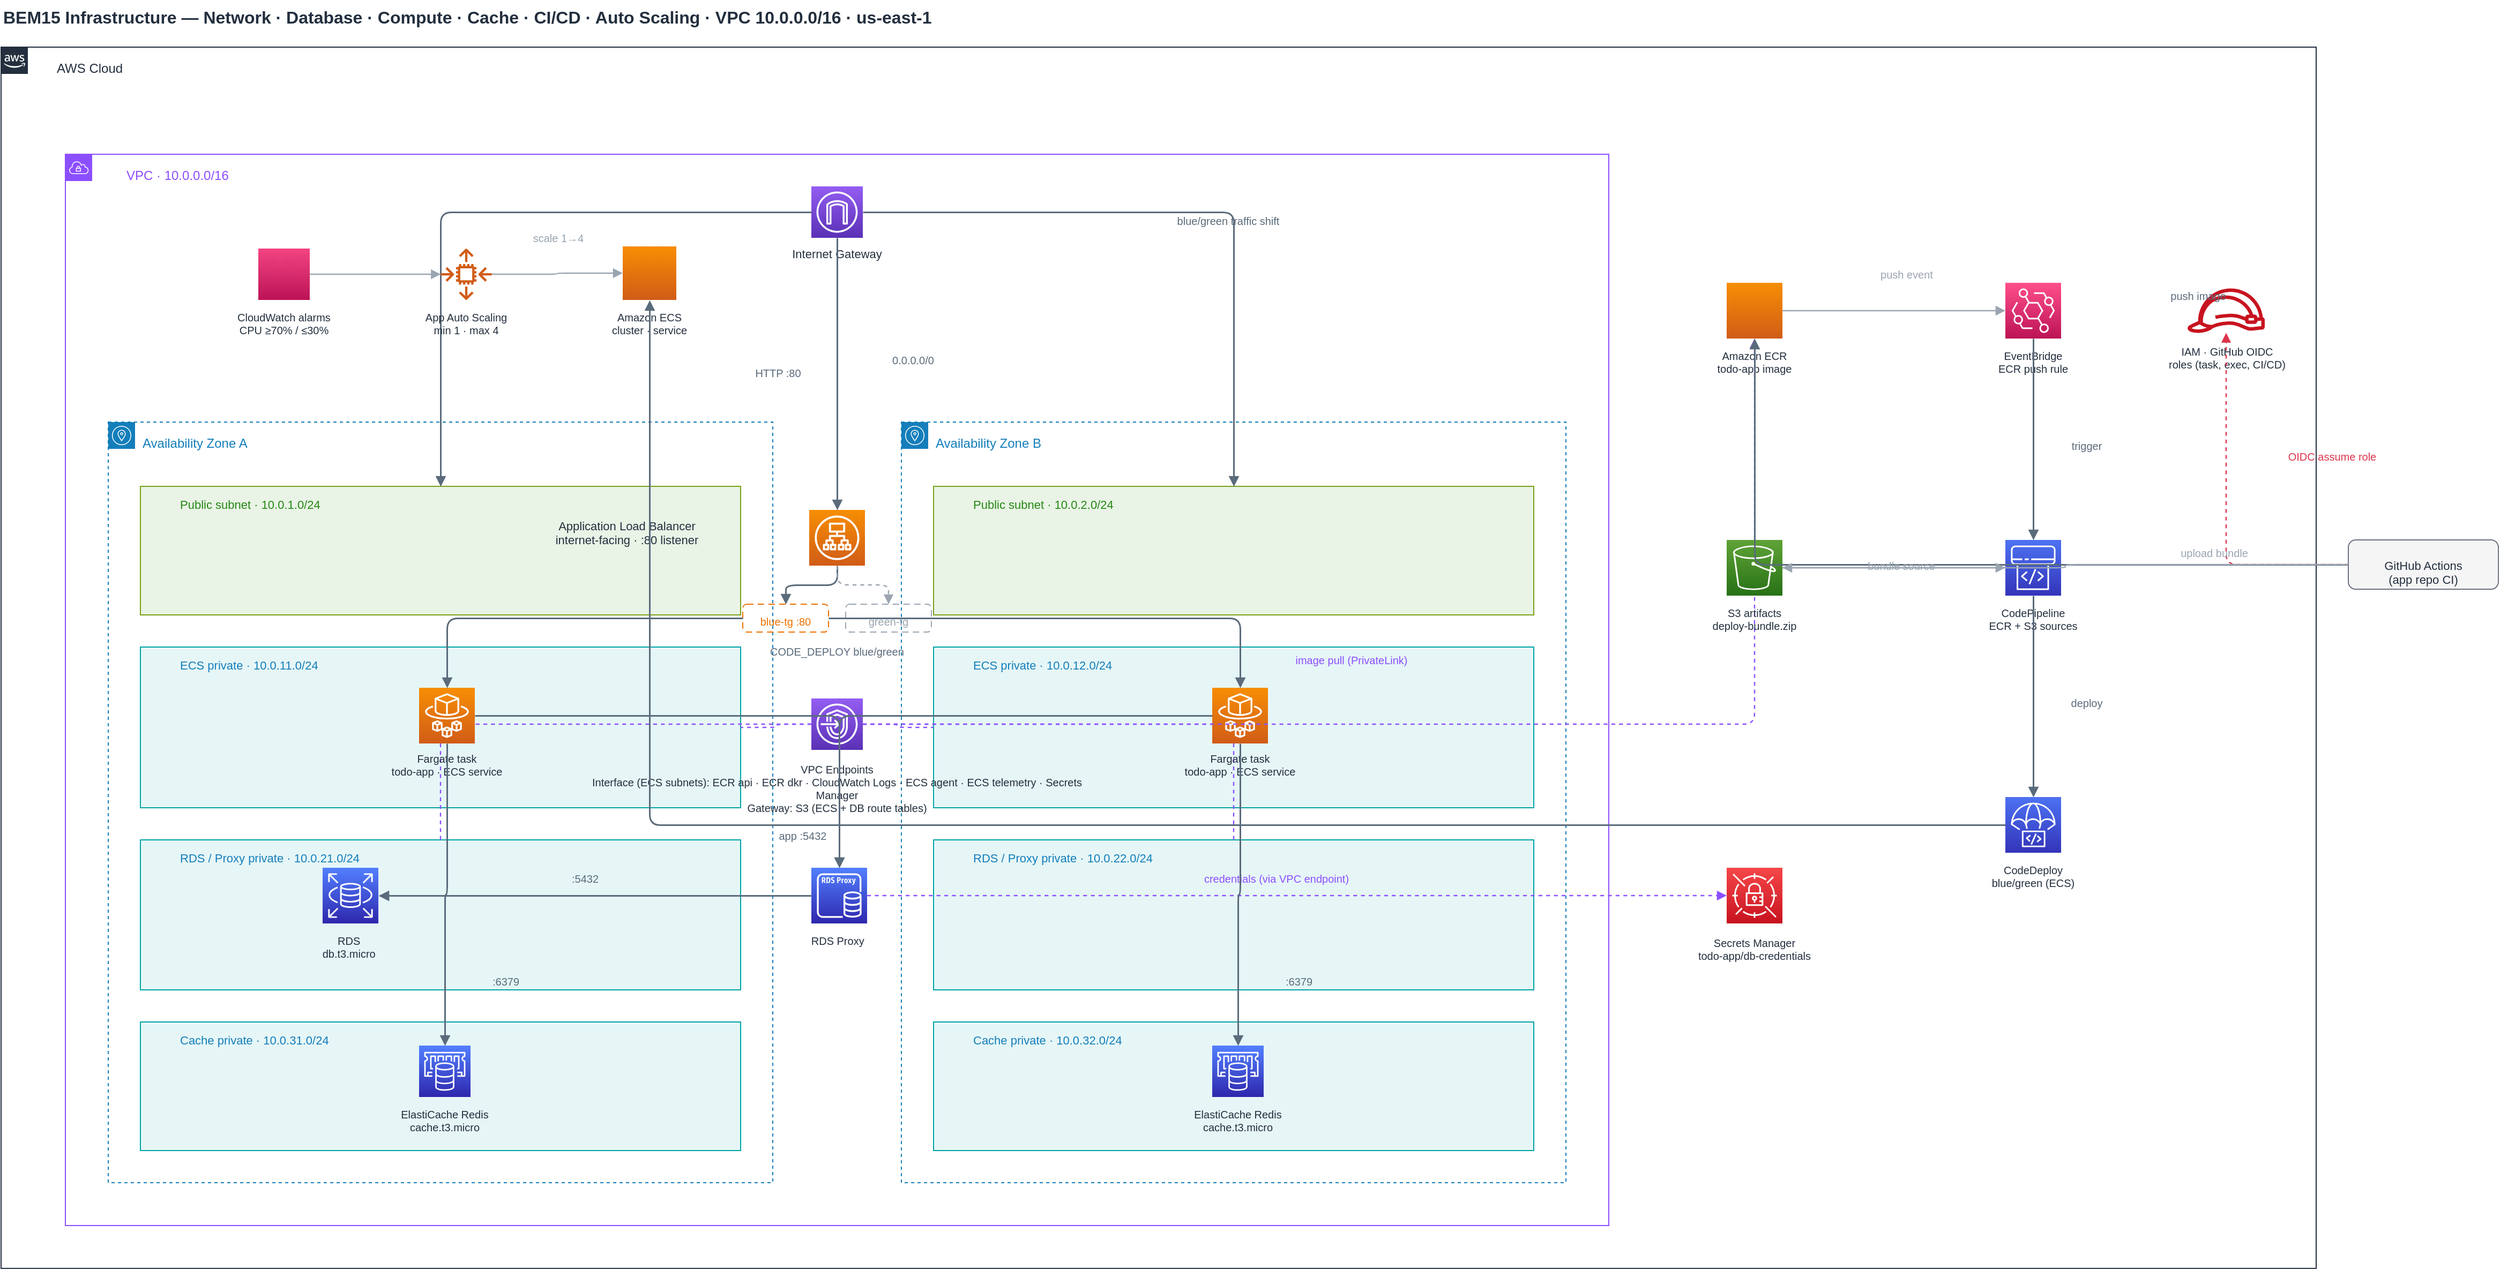
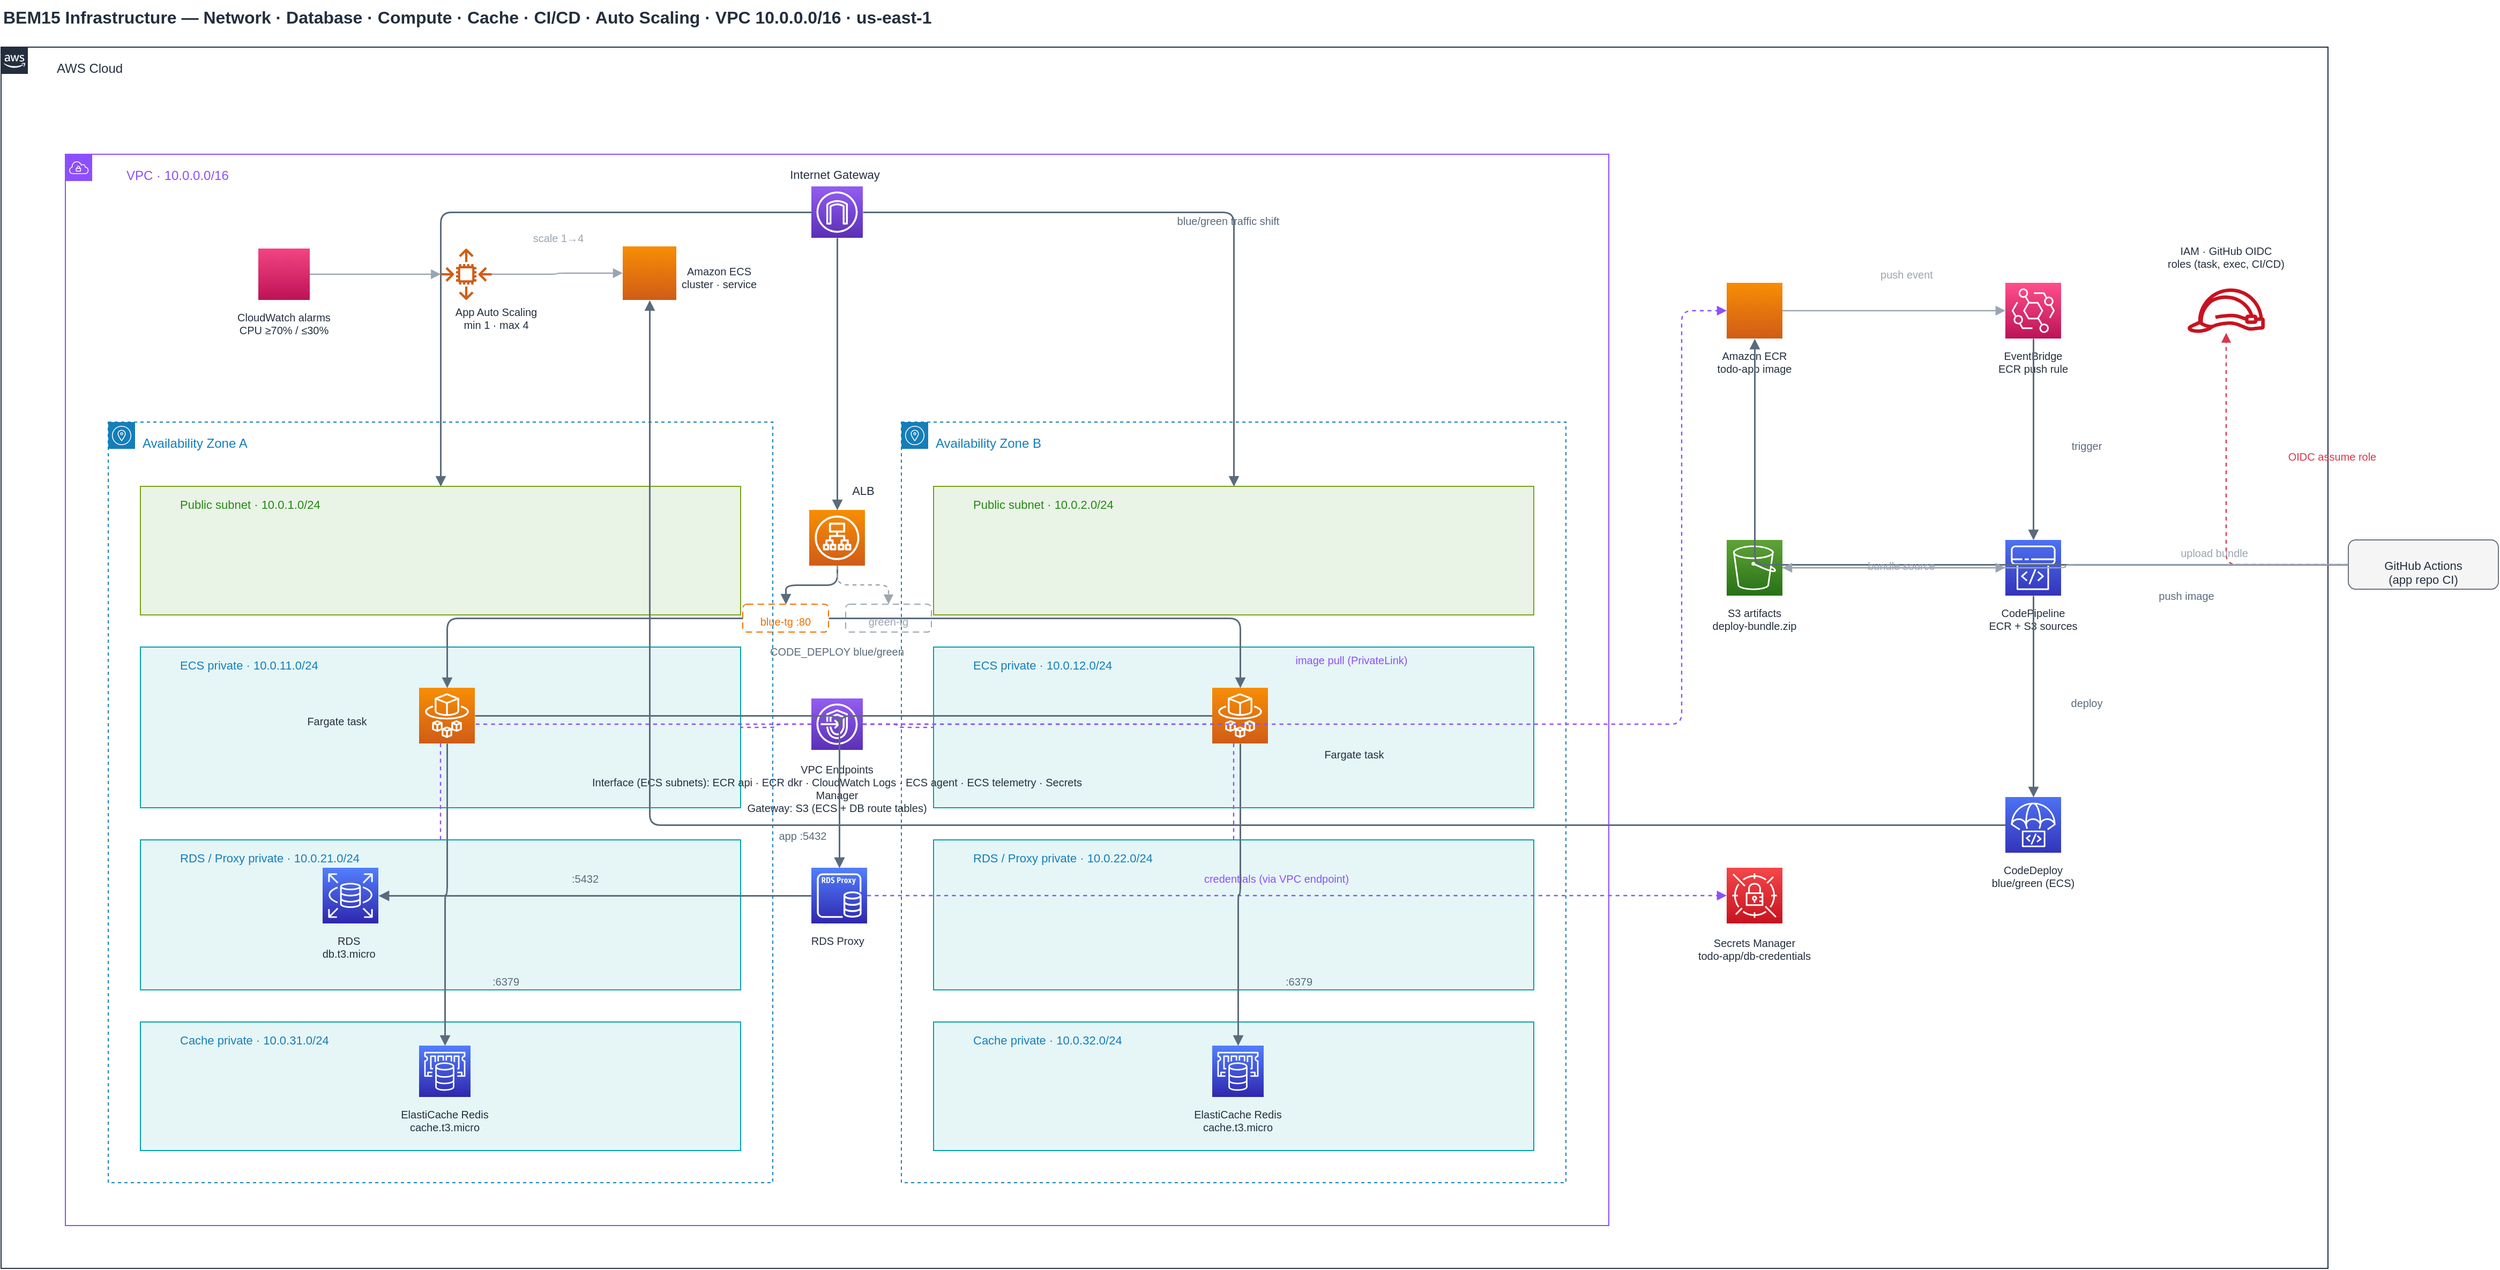
<mxfile host="app.diagrams.net">
  <diagram id="bem15-network" name="BEM15 Architecture">
-     <mxGraphModel dx="499" dy="339" grid="0" gridSize="10" guides="1" tooltips="1" connect="1" arrows="1" fold="1" page="1" pageScale="1" pageWidth="2520" pageHeight="1420" math="0" shadow="0">
+     <mxGraphModel dx="1097" dy="745" grid="0" gridSize="10" guides="1" tooltips="1" connect="1" arrows="1" fold="1" page="1" pageScale="1" pageWidth="2520" pageHeight="1420" math="0" shadow="0">
      <root>
        <mxCell id="0" />
        <mxCell id="1" parent="0" />
        <mxCell id="awscloud" parent="1" style="sketch=0;outlineConnect=0;gradientColor=none;html=1;whiteSpace=wrap;fontSize=12;container=1;pointerEvents=0;collapsible=0;recursiveResize=0;shape=mxgraph.aws4.group;verticalAlign=top;align=left;spacingLeft=30;grIcon=mxgraph.aws4.group_aws_cloud_alt;strokeColor=#232F3E;fillColor=none;fontColor=#232F3E;dashed=0;" value="" vertex="1">
-           <mxGeometry height="1140" width="2160" x="120" y="80" as="geometry" />
+           <mxGeometry height="1140" width="2171" x="120" y="80" as="geometry" />
+         </mxCell>
+         <mxCell id="t_iam" parent="awscloud" style="text;html=1;strokeColor=none;fillColor=none;align=center;whiteSpace=wrap;fontSize=10;fontColor=#232F3E;" value="IAM · GitHub OIDC&#xa;roles (task, exec, CI/CD)" vertex="1">
+           <mxGeometry height="30" width="190" x="1981" y="178" as="geometry" />
+         </mxCell>
+         <mxCell id="l_gh_ecr" parent="awscloud" style="text;html=1;strokeColor=none;fillColor=none;align=center;whiteSpace=wrap;fontSize=10;fontColor=#5A6B7B;" value="push image" vertex="1">
+           <mxGeometry height="16" width="100" x="1989" y="500" as="geometry" />
        </mxCell>
        <mxCell id="vpc" parent="1" style="sketch=0;outlineConnect=0;gradientColor=none;html=1;whiteSpace=wrap;fontSize=12;container=1;pointerEvents=0;collapsible=0;recursiveResize=0;shape=mxgraph.aws4.group;verticalAlign=top;align=left;spacingLeft=30;grIcon=mxgraph.aws4.group_vpc;strokeColor=#8C4FFF;fillColor=none;fontColor=#8C4FFF;dashed=0;" value="" vertex="1">
          <mxGeometry height="1000" width="1440" x="180" y="180" as="geometry" />
        </mxCell>
+         <mxCell id="t_igw" parent="vpc" style="text;html=1;strokeColor=none;fillColor=none;align=center;whiteSpace=wrap;fontSize=11;fontColor=#232F3E;" value="Internet Gateway" vertex="1">
+           <mxGeometry height="18" width="180" x="628" y="6" as="geometry" />
+         </mxCell>
+         <mxCell id="t_ecscluster" parent="vpc" style="text;html=1;strokeColor=none;fillColor=none;align=center;whiteSpace=wrap;fontSize=10;fontColor=#232F3E;" value="Amazon ECS&#xa;cluster · service" vertex="1">
+           <mxGeometry height="30" width="160" x="530" y="97" as="geometry" />
+         </mxCell>
+         <mxCell id="t_autoscaling" parent="vpc" style="text;html=1;strokeColor=none;fillColor=none;align=center;whiteSpace=wrap;fontSize=10;fontColor=#232F3E;" value="App Auto Scaling&#xa;min 1 · max 4" vertex="1">
+           <mxGeometry height="30" width="150" x="327" y="135" as="geometry" />
+         </mxCell>
        <mxCell id="aza" parent="1" style="sketch=0;outlineConnect=0;gradientColor=none;html=1;whiteSpace=wrap;fontSize=12;container=1;pointerEvents=0;collapsible=0;recursiveResize=0;shape=mxgraph.aws4.group;verticalAlign=top;align=left;spacingLeft=30;grIcon=mxgraph.aws4.group_availability_zone;strokeColor=#147EBA;fillColor=none;fontColor=#147EBA;dashed=1;" value="" vertex="1">
          <mxGeometry height="710" width="620" x="220" y="430" as="geometry" />
        </mxCell>
        <mxCell id="azb" parent="1" style="sketch=0;outlineConnect=0;gradientColor=none;html=1;whiteSpace=wrap;fontSize=12;container=1;pointerEvents=0;collapsible=0;recursiveResize=0;shape=mxgraph.aws4.group;verticalAlign=top;align=left;spacingLeft=30;grIcon=mxgraph.aws4.group_availability_zone;strokeColor=#147EBA;fillColor=none;fontColor=#147EBA;dashed=1;" value="" vertex="1">
          <mxGeometry height="710" width="620" x="960" y="430" as="geometry" />
        </mxCell>
+         <mxCell id="t_alb" parent="azb" style="text;html=1;strokeColor=none;fillColor=none;align=center;whiteSpace=wrap;fontSize=11;fontColor=#232F3E;" value="ALB" vertex="1">
+           <mxGeometry height="27" width="97" x="-84" y="51" as="geometry" />
+         </mxCell>
        <mxCell id="pubA" parent="1" style="sketch=0;outlineConnect=0;gradientColor=none;html=1;whiteSpace=wrap;fontSize=12;container=1;pointerEvents=0;collapsible=0;recursiveResize=0;shape=mxgraph.aws4.group;verticalAlign=top;align=left;spacingLeft=30;grIcon=mxgraph.aws4.group_public_subnet;strokeColor=#7AA116;fillColor=#E9F3E6;fontColor=#248814;dashed=0;" value="" vertex="1">
          <mxGeometry height="120" width="560" x="250" y="490" as="geometry" />
        </mxCell>
        <mxCell id="pubB" parent="1" style="sketch=0;outlineConnect=0;gradientColor=none;html=1;whiteSpace=wrap;fontSize=12;container=1;pointerEvents=0;collapsible=0;recursiveResize=0;shape=mxgraph.aws4.group;verticalAlign=top;align=left;spacingLeft=30;grIcon=mxgraph.aws4.group_public_subnet;strokeColor=#7AA116;fillColor=#E9F3E6;fontColor=#248814;dashed=0;" value="" vertex="1">
          <mxGeometry height="120" width="560" x="990" y="490" as="geometry" />
        </mxCell>
        <mxCell id="ecsA" parent="1" style="sketch=0;outlineConnect=0;gradientColor=none;html=1;whiteSpace=wrap;fontSize=12;container=1;pointerEvents=0;collapsible=0;recursiveResize=0;shape=mxgraph.aws4.group;verticalAlign=top;align=left;spacingLeft=30;grIcon=mxgraph.aws4.group_private_subnet;strokeColor=#00A4A6;fillColor=#E6F6F7;fontColor=#147EBA;dashed=0;" value="" vertex="1">
          <mxGeometry height="150" width="560" x="250" y="640" as="geometry" />
        </mxCell>
+         <mxCell id="t_taskA" parent="ecsA" style="text;html=1;strokeColor=none;fillColor=none;align=center;whiteSpace=wrap;fontSize=10;fontColor=#232F3E;" value="Fargate task" vertex="1">
+           <mxGeometry height="31" width="131" x="118" y="56.5" as="geometry" />
+         </mxCell>
        <mxCell id="ecsB" parent="1" style="sketch=0;outlineConnect=0;gradientColor=none;html=1;whiteSpace=wrap;fontSize=12;container=1;pointerEvents=0;collapsible=0;recursiveResize=0;shape=mxgraph.aws4.group;verticalAlign=top;align=left;spacingLeft=30;grIcon=mxgraph.aws4.group_private_subnet;strokeColor=#00A4A6;fillColor=#E6F6F7;fontColor=#147EBA;dashed=0;" value="" vertex="1">
          <mxGeometry height="150" width="560" x="990" y="640" as="geometry" />
        </mxCell>
+         <mxCell id="jY_0ml8ya98LlC0MEZ4F-3" parent="ecsB" style="text;html=1;strokeColor=none;fillColor=none;align=center;whiteSpace=wrap;fontSize=10;fontColor=#232F3E;" value="Fargate task" vertex="1">
+           <mxGeometry height="31" width="131" x="327" y="87.5" as="geometry" />
+         </mxCell>
        <mxCell id="dbA" parent="1" style="sketch=0;outlineConnect=0;gradientColor=none;html=1;whiteSpace=wrap;fontSize=12;container=1;pointerEvents=0;collapsible=0;recursiveResize=0;shape=mxgraph.aws4.group;verticalAlign=top;align=left;spacingLeft=30;grIcon=mxgraph.aws4.group_private_subnet;strokeColor=#00A4A6;fillColor=#E6F6F7;fontColor=#147EBA;dashed=0;" value="" vertex="1">
          <mxGeometry height="140" width="560" x="250" y="820" as="geometry" />
        </mxCell>
        <mxCell id="dbB" parent="1" style="sketch=0;outlineConnect=0;gradientColor=none;html=1;whiteSpace=wrap;fontSize=12;container=1;pointerEvents=0;collapsible=0;recursiveResize=0;shape=mxgraph.aws4.group;verticalAlign=top;align=left;spacingLeft=30;grIcon=mxgraph.aws4.group_private_subnet;strokeColor=#00A4A6;fillColor=#E6F6F7;fontColor=#147EBA;dashed=0;" value="" vertex="1">
          <mxGeometry height="140" width="560" x="990" y="820" as="geometry" />
        </mxCell>
        <mxCell id="cacheA" parent="1" style="sketch=0;outlineConnect=0;gradientColor=none;html=1;whiteSpace=wrap;fontSize=12;container=1;pointerEvents=0;collapsible=0;recursiveResize=0;shape=mxgraph.aws4.group;verticalAlign=top;align=left;spacingLeft=30;grIcon=mxgraph.aws4.group_private_subnet;strokeColor=#00A4A6;fillColor=#E6F6F7;fontColor=#147EBA;dashed=0;" value="" vertex="1">
          <mxGeometry height="120" width="560" x="250" y="990" as="geometry" />
        </mxCell>
        <mxCell id="cacheB" parent="1" style="sketch=0;outlineConnect=0;gradientColor=none;html=1;whiteSpace=wrap;fontSize=12;container=1;pointerEvents=0;collapsible=0;recursiveResize=0;shape=mxgraph.aws4.group;verticalAlign=top;align=left;spacingLeft=30;grIcon=mxgraph.aws4.group_private_subnet;strokeColor=#00A4A6;fillColor=#E6F6F7;fontColor=#147EBA;dashed=0;" value="" vertex="1">
          <mxGeometry height="120" width="560" x="990" y="990" as="geometry" />
        </mxCell>
        <mxCell id="igw" parent="1" style="sketch=0;points=[[0,0,0],[0.25,0,0],[0.5,0,0],[0.75,0,0],[1,0,0],[0,1,0],[0.25,1,0],[0.5,1,0],[0.75,1,0],[1,1,0],[0,0.25,0],[0,0.5,0],[0,0.75,0],[1,0.25,0],[1,0.5,0],[1,0.75,0]];outlineConnect=0;fontColor=#232F3E;gradientColor=#945DF2;gradientDirection=north;fillColor=#5A30B5;strokeColor=#ffffff;dashed=0;verticalLabelPosition=bottom;verticalAlign=top;align=center;html=1;fontSize=11;aspect=fixed;shape=mxgraph.aws4.resourceIcon;resIcon=mxgraph.aws4.internet_gateway;" value="" vertex="1">
          <mxGeometry height="48" width="48" x="876" y="210" as="geometry" />
        </mxCell>
        <mxCell id="vpe" parent="1" style="sketch=0;points=[[0,0,0],[0.25,0,0],[0.5,0,0],[0.75,0,0],[1,0,0],[0,1,0],[0.25,1,0],[0.5,1,0],[0.75,1,0],[1,1,0],[0,0.25,0],[0,0.5,0],[0,0.75,0],[1,0.25,0],[1,0.5,0],[1,0.75,0]];outlineConnect=0;fontColor=#232F3E;gradientColor=#945DF2;gradientDirection=north;fillColor=#5A30B5;strokeColor=#ffffff;dashed=0;verticalLabelPosition=bottom;verticalAlign=top;align=center;html=1;fontSize=11;aspect=fixed;shape=mxgraph.aws4.resourceIcon;resIcon=mxgraph.aws4.endpoints;" value="" vertex="1">
          <mxGeometry height="48" width="48" x="876" y="688" as="geometry" />
        </mxCell>
        <mxCell id="e_igw_pubA" edge="1" parent="1" source="igw" style="edgeStyle=orthogonalEdgeStyle;rounded=1;endArrow=block;endFill=1;strokeColor=#5A6B7B;strokeWidth=1.5;html=1;" target="pubA" value="">
          <mxGeometry relative="1" as="geometry" />
        </mxCell>
        <mxCell id="e_igw_pubB" edge="1" parent="1" source="igw" style="edgeStyle=orthogonalEdgeStyle;rounded=1;endArrow=block;endFill=1;strokeColor=#5A6B7B;strokeWidth=1.5;html=1;" target="pubB" value="">
          <mxGeometry relative="1" as="geometry" />
        </mxCell>
        <mxCell id="e_vpe_ecsA" edge="1" parent="1" source="vpe" style="edgeStyle=orthogonalEdgeStyle;rounded=1;endArrow=none;dashed=1;strokeColor=#8C4FFF;strokeWidth=1.2;html=1;" target="ecsA" value="">
          <mxGeometry relative="1" as="geometry" />
        </mxCell>
        <mxCell id="e_vpe_ecsB" edge="1" parent="1" source="vpe" style="edgeStyle=orthogonalEdgeStyle;rounded=1;endArrow=none;dashed=1;strokeColor=#8C4FFF;strokeWidth=1.2;html=1;" target="ecsB" value="">
          <mxGeometry relative="1" as="geometry" />
        </mxCell>
        <mxCell id="e_vpe_dbA" edge="1" parent="1" source="vpe" style="edgeStyle=orthogonalEdgeStyle;rounded=1;endArrow=none;dashed=1;strokeColor=#8C4FFF;strokeWidth=1.2;html=1;" target="dbA" value="">
          <mxGeometry relative="1" as="geometry" />
        </mxCell>
        <mxCell id="e_vpe_dbB" edge="1" parent="1" source="vpe" style="edgeStyle=orthogonalEdgeStyle;rounded=1;endArrow=none;dashed=1;strokeColor=#8C4FFF;strokeWidth=1.2;html=1;" target="dbB" value="">
          <mxGeometry relative="1" as="geometry" />
        </mxCell>
        <mxCell id="t_title" parent="1" style="text;html=1;strokeColor=none;fillColor=none;align=left;whiteSpace=wrap;fontSize=16;fontStyle=1;fontColor=#232F3E;" value="BEM15 Infrastructure — Network · Database · Compute · Cache · CI/CD · Auto Scaling  ·  VPC 10.0.0.0/16 · us-east-1" vertex="1">
          <mxGeometry height="28" width="1600" x="120" y="36" as="geometry" />
        </mxCell>
        <mxCell id="t_cloud" parent="1" style="text;html=1;strokeColor=none;fillColor=none;align=left;whiteSpace=wrap;fontSize=12;fontColor=#232F3E;" value="AWS Cloud" vertex="1">
          <mxGeometry height="20" width="160" x="170" y="86" as="geometry" />
        </mxCell>
        <mxCell id="t_vpc" parent="1" style="text;html=1;strokeColor=none;fillColor=none;align=left;whiteSpace=wrap;fontSize=12;fontColor=#8C4FFF;" value="VPC · 10.0.0.0/16" vertex="1">
          <mxGeometry height="20" width="200" x="235" y="186" as="geometry" />
        </mxCell>
        <mxCell id="t_aza" parent="1" style="text;html=1;strokeColor=none;fillColor=none;align=left;whiteSpace=wrap;fontSize=12;fontColor=#147EBA;" value="Availability Zone A" vertex="1">
          <mxGeometry height="20" width="180" x="250" y="436" as="geometry" />
        </mxCell>
        <mxCell id="t_azb" parent="1" style="text;html=1;strokeColor=none;fillColor=none;align=left;whiteSpace=wrap;fontSize=12;fontColor=#147EBA;" value="Availability Zone B" vertex="1">
          <mxGeometry height="20" width="180" x="990" y="436" as="geometry" />
        </mxCell>
        <mxCell id="t_pubA" parent="1" style="text;html=1;strokeColor=none;fillColor=none;align=left;whiteSpace=wrap;fontSize=11;fontColor=#248814;" value="Public subnet · 10.0.1.0/24" vertex="1">
          <mxGeometry height="18" width="220" x="285" y="494" as="geometry" />
        </mxCell>
        <mxCell id="t_pubB" parent="1" style="text;html=1;strokeColor=none;fillColor=none;align=left;whiteSpace=wrap;fontSize=11;fontColor=#248814;" value="Public subnet · 10.0.2.0/24" vertex="1">
          <mxGeometry height="18" width="220" x="1025" y="494" as="geometry" />
        </mxCell>
        <mxCell id="t_ecsA" parent="1" style="text;html=1;strokeColor=none;fillColor=none;align=left;whiteSpace=wrap;fontSize=11;fontColor=#147EBA;" value="ECS private · 10.0.11.0/24" vertex="1">
          <mxGeometry height="18" width="220" x="285" y="644" as="geometry" />
        </mxCell>
        <mxCell id="t_ecsB" parent="1" style="text;html=1;strokeColor=none;fillColor=none;align=left;whiteSpace=wrap;fontSize=11;fontColor=#147EBA;" value="ECS private · 10.0.12.0/24" vertex="1">
          <mxGeometry height="18" width="220" x="1025" y="644" as="geometry" />
        </mxCell>
        <mxCell id="t_dbA" parent="1" style="text;html=1;strokeColor=none;fillColor=none;align=left;whiteSpace=wrap;fontSize=11;fontColor=#147EBA;" value="RDS / Proxy private · 10.0.21.0/24" vertex="1">
          <mxGeometry height="18" width="240" x="285" y="824" as="geometry" />
        </mxCell>
        <mxCell id="t_dbB" parent="1" style="text;html=1;strokeColor=none;fillColor=none;align=left;whiteSpace=wrap;fontSize=11;fontColor=#147EBA;" value="RDS / Proxy private · 10.0.22.0/24" vertex="1">
          <mxGeometry height="18" width="240" x="1025" y="824" as="geometry" />
        </mxCell>
        <mxCell id="t_cacheA" parent="1" style="text;html=1;strokeColor=none;fillColor=none;align=left;whiteSpace=wrap;fontSize=11;fontColor=#147EBA;" value="Cache private · 10.0.31.0/24" vertex="1">
          <mxGeometry height="18" width="220" x="285" y="994" as="geometry" />
        </mxCell>
        <mxCell id="t_cacheB" parent="1" style="text;html=1;strokeColor=none;fillColor=none;align=left;whiteSpace=wrap;fontSize=11;fontColor=#147EBA;" value="Cache private · 10.0.32.0/24" vertex="1">
          <mxGeometry height="18" width="220" x="1025" y="994" as="geometry" />
        </mxCell>
-         <mxCell id="t_igw" parent="1" style="text;html=1;strokeColor=none;fillColor=none;align=center;whiteSpace=wrap;fontSize=11;fontColor=#232F3E;" value="Internet Gateway" vertex="1">
-           <mxGeometry height="18" width="180" x="810" y="260" as="geometry" />
-         </mxCell>
-         <mxCell id="l_igw_pub" parent="1" style="text;html=1;strokeColor=none;fillColor=none;align=center;whiteSpace=wrap;fontSize=10;fontColor=#5A6B7B;" value="0.0.0.0/0" vertex="1">
-           <mxGeometry height="16" width="90" x="926" y="360" as="geometry" />
-         </mxCell>
        <mxCell id="t_vpe" parent="1" style="text;html=1;strokeColor=none;fillColor=none;align=center;whiteSpace=wrap;fontSize=10;fontColor=#232F3E;" value="VPC Endpoints&#xa;Interface (ECS subnets):  ECR api · ECR dkr · CloudWatch Logs · ECS agent · ECS telemetry · Secrets Manager&#xa;Gateway:  S3  (ECS + DB route tables)" vertex="1">
          <mxGeometry height="48" width="500" x="650" y="742" as="geometry" />
        </mxCell>
        <mxCell id="rds" parent="1" style="sketch=0;points=[[0,0,0],[0.25,0,0],[0.5,0,0],[0.75,0,0],[1,0,0],[0,1,0],[0.25,1,0],[0.5,1,0],[0.75,1,0],[1,1,0],[0,0.25,0],[0,0.5,0],[0,0.75,0],[1,0.25,0],[1,0.5,0],[1,0.75,0]];outlineConnect=0;fontColor=#232F3E;gradientColor=#527FFF;gradientDirection=north;fillColor=#2E27AD;strokeColor=#ffffff;dashed=0;verticalLabelPosition=bottom;verticalAlign=top;align=center;html=1;fontSize=11;aspect=fixed;shape=mxgraph.aws4.resourceIcon;resIcon=mxgraph.aws4.rds;" value="" vertex="1">
          <mxGeometry height="52" width="52" x="420" y="846" as="geometry" />
        </mxCell>
        <mxCell id="proxy" parent="1" style="sketch=0;points=[[0,0,0],[0.25,0,0],[0.5,0,0],[0.75,0,0],[1,0,0],[0,1,0],[0.25,1,0],[0.5,1,0],[0.75,1,0],[1,1,0],[0,0.25,0],[0,0.5,0],[0,0.75,0],[1,0.25,0],[1,0.5,0],[1,0.75,0]];outlineConnect=0;fontColor=#232F3E;gradientColor=#527FFF;gradientDirection=north;fillColor=#2E27AD;strokeColor=#ffffff;dashed=0;verticalLabelPosition=bottom;verticalAlign=top;align=center;html=1;fontSize=11;aspect=fixed;shape=mxgraph.aws4.resourceIcon;resIcon=mxgraph.aws4.rds_proxy;" value="" vertex="1">
          <mxGeometry height="52" width="52" x="876" y="846" as="geometry" />
        </mxCell>
        <mxCell id="secrets" parent="1" style="sketch=0;points=[[0,0,0],[0.25,0,0],[0.5,0,0],[0.75,0,0],[1,0,0],[0,1,0],[0.25,1,0],[0.5,1,0],[0.75,1,0],[1,1,0],[0,0.25,0],[0,0.5,0],[0,0.75,0],[1,0.25,0],[1,0.5,0],[1,0.75,0]];outlineConnect=0;fontColor=#232F3E;gradientColor=#F54749;gradientDirection=north;fillColor=#C7131F;strokeColor=#ffffff;dashed=0;verticalLabelPosition=bottom;verticalAlign=top;align=center;html=1;fontSize=11;aspect=fixed;shape=mxgraph.aws4.resourceIcon;resIcon=mxgraph.aws4.secrets_manager;" value="" vertex="1">
          <mxGeometry height="52" width="52" x="1730" y="846" as="geometry" />
        </mxCell>
        <mxCell id="e_proxy_rds" edge="1" parent="1" source="proxy" style="edgeStyle=orthogonalEdgeStyle;rounded=1;endArrow=block;endFill=1;strokeColor=#5A6B7B;strokeWidth=1.5;html=1;" target="rds" value="">
          <mxGeometry relative="1" as="geometry" />
        </mxCell>
        <mxCell id="e_proxy_secrets" edge="1" parent="1" source="proxy" style="edgeStyle=orthogonalEdgeStyle;rounded=1;endArrow=block;endFill=1;dashed=1;strokeColor=#8C4FFF;strokeWidth=1.2;html=1;" target="secrets" value="">
          <mxGeometry relative="1" as="geometry" />
        </mxCell>
        <mxCell id="t_rds" parent="1" style="text;html=1;strokeColor=none;fillColor=none;align=center;whiteSpace=wrap;fontSize=10;fontColor=#232F3E;" value="RDS&amp;nbsp;&lt;br&gt;db.t3.micro&amp;nbsp;" vertex="1">
          <mxGeometry height="32" width="260" x="316" y="902" as="geometry" />
        </mxCell>
        <mxCell id="t_proxy" parent="1" style="text;html=1;strokeColor=none;fillColor=none;align=center;whiteSpace=wrap;fontSize=10;fontColor=#232F3E;" value="RDS Proxy&amp;nbsp;" vertex="1">
          <mxGeometry height="32" width="270" x="767" y="902" as="geometry" />
        </mxCell>
        <mxCell id="t_secrets" parent="1" style="text;html=1;strokeColor=none;fillColor=none;align=center;whiteSpace=wrap;fontSize=10;fontColor=#232F3E;" value="Secrets Manager&#xa;todo-app/db-credentials" vertex="1">
          <mxGeometry height="32" width="270" x="1621" y="904" as="geometry" />
        </mxCell>
        <mxCell id="l_proxy_rds" parent="1" style="text;html=1;strokeColor=none;fillColor=none;align=center;whiteSpace=wrap;fontSize=10;fontColor=#5A6B7B;" value=":5432" vertex="1">
          <mxGeometry height="16" width="90" x="620" y="844" as="geometry" />
        </mxCell>
        <mxCell id="l_proxy_secrets" parent="1" style="text;html=1;strokeColor=none;fillColor=none;align=center;whiteSpace=wrap;fontSize=10;fontColor=#8C4FFF;" value="credentials (via VPC endpoint)" vertex="1">
          <mxGeometry height="16" width="240" x="1190" y="844" as="geometry" />
        </mxCell>
        <mxCell id="alb" parent="1" style="sketch=0;points=[[0,0,0],[0.25,0,0],[0.5,0,0],[0.75,0,0],[1,0,0],[0,1,0],[0.25,1,0],[0.5,1,0],[0.75,1,0],[1,1,0],[0,0.25,0],[0,0.5,0],[0,0.75,0],[1,0.25,0],[1,0.5,0],[1,0.75,0]];outlineConnect=0;fontColor=#232F3E;gradientColor=#F78E04;gradientDirection=north;fillColor=#D05C17;strokeColor=#ffffff;dashed=0;verticalLabelPosition=bottom;verticalAlign=top;align=center;html=1;fontSize=11;aspect=fixed;shape=mxgraph.aws4.resourceIcon;resIcon=mxgraph.aws4.application_load_balancer;" value="" vertex="1">
          <mxGeometry height="52" width="52" x="874" y="512" as="geometry" />
        </mxCell>
        <mxCell id="bluetg" parent="1" style="rounded=1;dashed=1;dashPattern=6 4;strokeColor=#ED7100;fillColor=none;html=1;" value="" vertex="1">
          <mxGeometry height="26" width="80" x="812" y="600" as="geometry" />
        </mxCell>
        <mxCell id="greentg" parent="1" style="rounded=1;dashed=1;dashPattern=6 4;strokeColor=#9AA5B1;fillColor=none;html=1;" value="" vertex="1">
          <mxGeometry height="26" width="80" x="908" y="600" as="geometry" />
        </mxCell>
        <mxCell id="taskA" parent="1" style="sketch=0;points=[[0,0,0],[0.25,0,0],[0.5,0,0],[0.75,0,0],[1,0,0],[0,1,0],[0.25,1,0],[0.5,1,0],[0.75,1,0],[1,1,0],[0,0.25,0],[0,0.5,0],[0,0.75,0],[1,0.25,0],[1,0.5,0],[1,0.75,0]];outlineConnect=0;fontColor=#232F3E;gradientColor=#F78E04;gradientDirection=north;fillColor=#D05C17;strokeColor=#ffffff;dashed=0;verticalLabelPosition=bottom;verticalAlign=top;align=center;html=1;fontSize=11;aspect=fixed;shape=mxgraph.aws4.resourceIcon;resIcon=mxgraph.aws4.fargate;" value="" vertex="1">
          <mxGeometry height="52" width="52" x="510" y="678" as="geometry" />
        </mxCell>
        <mxCell id="taskB" parent="1" style="sketch=0;points=[[0,0,0],[0.25,0,0],[0.5,0,0],[0.75,0,0],[1,0,0],[0,1,0],[0.25,1,0],[0.5,1,0],[0.75,1,0],[1,1,0],[0,0.25,0],[0,0.5,0],[0,0.75,0],[1,0.25,0],[1,0.5,0],[1,0.75,0]];outlineConnect=0;fontColor=#232F3E;gradientColor=#F78E04;gradientDirection=north;fillColor=#D05C17;strokeColor=#ffffff;dashed=0;verticalLabelPosition=bottom;verticalAlign=top;align=center;html=1;fontSize=11;aspect=fixed;shape=mxgraph.aws4.resourceIcon;resIcon=mxgraph.aws4.fargate;" value="" vertex="1">
          <mxGeometry height="52" width="52" x="1250" y="678" as="geometry" />
        </mxCell>
        <mxCell id="e_igw_alb" edge="1" parent="1" source="igw" style="edgeStyle=orthogonalEdgeStyle;rounded=1;endArrow=block;endFill=1;strokeColor=#5A6B7B;strokeWidth=1.5;html=1;" target="alb" value="">
          <mxGeometry relative="1" as="geometry" />
        </mxCell>
        <mxCell id="e_alb_bluetg" edge="1" parent="1" source="alb" style="edgeStyle=orthogonalEdgeStyle;rounded=1;endArrow=block;endFill=1;strokeColor=#5A6B7B;strokeWidth=1.5;html=1;" target="bluetg" value="">
          <mxGeometry relative="1" as="geometry" />
        </mxCell>
        <mxCell id="e_alb_greentg" edge="1" parent="1" source="alb" style="edgeStyle=orthogonalEdgeStyle;rounded=1;endArrow=block;endFill=1;dashed=1;strokeColor=#9AA5B1;strokeWidth=1.2;html=1;" target="greentg" value="">
          <mxGeometry relative="1" as="geometry" />
        </mxCell>
        <mxCell id="e_bluetg_taskA" edge="1" parent="1" source="bluetg" style="edgeStyle=orthogonalEdgeStyle;rounded=1;endArrow=block;endFill=1;strokeColor=#5A6B7B;strokeWidth=1.5;html=1;" target="taskA" value="">
          <mxGeometry relative="1" as="geometry" />
        </mxCell>
        <mxCell id="e_bluetg_taskB" edge="1" parent="1" source="bluetg" style="edgeStyle=orthogonalEdgeStyle;rounded=1;endArrow=block;endFill=1;strokeColor=#5A6B7B;strokeWidth=1.5;html=1;" target="taskB" value="">
          <mxGeometry relative="1" as="geometry" />
        </mxCell>
        <mxCell id="e_taskA_proxy" edge="1" parent="1" source="taskA" style="edgeStyle=orthogonalEdgeStyle;rounded=1;endArrow=block;endFill=1;strokeColor=#5A6B7B;strokeWidth=1.5;html=1;" target="proxy" value="">
          <mxGeometry relative="1" as="geometry" />
        </mxCell>
        <mxCell id="e_taskB_proxy" edge="1" parent="1" source="taskB" style="edgeStyle=orthogonalEdgeStyle;rounded=1;endArrow=block;endFill=1;strokeColor=#5A6B7B;strokeWidth=1.5;html=1;" target="proxy" value="">
          <mxGeometry relative="1" as="geometry" />
        </mxCell>
-         <mxCell id="t_alb" parent="1" style="text;html=1;strokeColor=none;fillColor=none;align=center;whiteSpace=wrap;fontSize=11;fontColor=#232F3E;" value="Application Load Balancer&#xa;internet-facing · :80 listener" vertex="1">
-           <mxGeometry height="32" width="240" x="584" y="514" as="geometry" />
-         </mxCell>
        <mxCell id="t_bluetg" parent="1" style="text;html=1;strokeColor=none;fillColor=none;align=center;whiteSpace=wrap;fontSize=10;fontColor=#ED7100;" value="blue-tg :80" vertex="1">
          <mxGeometry height="18" width="80" x="812" y="604" as="geometry" />
        </mxCell>
        <mxCell id="t_greentg" parent="1" style="text;html=1;strokeColor=none;fillColor=none;align=center;whiteSpace=wrap;fontSize=10;fontColor=#9AA5B1;" value="green-tg" vertex="1">
          <mxGeometry height="18" width="80" x="908" y="604" as="geometry" />
        </mxCell>
        <mxCell id="t_deploy" parent="1" style="text;html=1;strokeColor=none;fillColor=none;align=center;whiteSpace=wrap;fontSize=10;fontColor=#5A6B7B;" value="CODE_DEPLOY blue/green" vertex="1">
          <mxGeometry height="16" width="216" x="792" y="632" as="geometry" />
        </mxCell>
-         <mxCell id="t_taskA" parent="1" style="text;html=1;strokeColor=none;fillColor=none;align=center;whiteSpace=wrap;fontSize=10;fontColor=#232F3E;" value="Fargate task&#xa;todo-app · ECS service" vertex="1">
-           <mxGeometry height="30" width="260" x="406" y="732" as="geometry" />
-         </mxCell>
-         <mxCell id="t_taskB" parent="1" style="text;html=1;strokeColor=none;fillColor=none;align=center;whiteSpace=wrap;fontSize=10;fontColor=#232F3E;" value="Fargate task&#xa;todo-app · ECS service" vertex="1">
-           <mxGeometry height="30" width="260" x="1146" y="732" as="geometry" />
-         </mxCell>
-         <mxCell id="l_igw_alb" parent="1" style="text;html=1;strokeColor=none;fillColor=none;align=center;whiteSpace=wrap;fontSize=10;fontColor=#5A6B7B;" value="HTTP :80" vertex="1">
-           <mxGeometry height="16" width="78" x="806" y="372" as="geometry" />
-         </mxCell>
        <mxCell id="l_ecs_proxy" parent="1" style="text;html=1;strokeColor=none;fillColor=none;align=center;whiteSpace=wrap;fontSize=10;fontColor=#5A6B7B;" value="app :5432" vertex="1">
          <mxGeometry height="16" width="120" x="808" y="804" as="geometry" />
        </mxCell>
- 
-         <!-- ===================== CACHE STACK (ElastiCache Redis) ===================== -->
        <mxCell id="redisA" parent="1" style="sketch=0;points=[[0,0,0],[0.25,0,0],[0.5,0,0],[0.75,0,0],[1,0,0],[0,1,0],[0.25,1,0],[0.5,1,0],[0.75,1,0],[1,1,0],[0,0.25,0],[0,0.5,0],[0,0.75,0],[1,0.25,0],[1,0.5,0],[1,0.75,0]];outlineConnect=0;fontColor=#232F3E;gradientColor=#527FFF;gradientDirection=north;fillColor=#2E27AD;strokeColor=#ffffff;dashed=0;verticalLabelPosition=bottom;verticalAlign=top;align=center;html=1;fontSize=11;aspect=fixed;shape=mxgraph.aws4.resourceIcon;resIcon=mxgraph.aws4.elasticache;" value="" vertex="1">
          <mxGeometry height="48" width="48" x="510" y="1012" as="geometry" />
        </mxCell>
        <mxCell id="redisB" parent="1" style="sketch=0;points=[[0,0,0],[0.25,0,0],[0.5,0,0],[0.75,0,0],[1,0,0],[0,1,0],[0.25,1,0],[0.5,1,0],[0.75,1,0],[1,1,0],[0,0.25,0],[0,0.5,0],[0,0.75,0],[1,0.25,0],[1,0.5,0],[1,0.75,0]];outlineConnect=0;fontColor=#232F3E;gradientColor=#527FFF;gradientDirection=north;fillColor=#2E27AD;strokeColor=#ffffff;dashed=0;verticalLabelPosition=bottom;verticalAlign=top;align=center;html=1;fontSize=11;aspect=fixed;shape=mxgraph.aws4.resourceIcon;resIcon=mxgraph.aws4.elasticache;" value="" vertex="1">
          <mxGeometry height="48" width="48" x="1250" y="1012" as="geometry" />
        </mxCell>
-         <mxCell id="e_taskA_redisA" edge="1" parent="1" source="taskA" target="redisA" style="edgeStyle=orthogonalEdgeStyle;rounded=1;endArrow=block;endFill=1;strokeColor=#5A6B7B;strokeWidth=1.5;html=1;" value="">
-           <mxGeometry relative="1" as="geometry" />
-         </mxCell>
-         <mxCell id="e_taskB_redisB" edge="1" parent="1" source="taskB" target="redisB" style="edgeStyle=orthogonalEdgeStyle;rounded=1;endArrow=block;endFill=1;strokeColor=#5A6B7B;strokeWidth=1.5;html=1;" value="">
+         <mxCell id="e_taskA_redisA" edge="1" parent="1" source="taskA" style="edgeStyle=orthogonalEdgeStyle;rounded=1;endArrow=block;endFill=1;strokeColor=#5A6B7B;strokeWidth=1.5;html=1;" target="redisA" value="">
+           <mxGeometry relative="1" as="geometry" />
+         </mxCell>
+         <mxCell id="e_taskB_redisB" edge="1" parent="1" source="taskB" style="edgeStyle=orthogonalEdgeStyle;rounded=1;endArrow=block;endFill=1;strokeColor=#5A6B7B;strokeWidth=1.5;html=1;" target="redisB" value="">
          <mxGeometry relative="1" as="geometry" />
        </mxCell>
        <mxCell id="t_redisA" parent="1" style="text;html=1;strokeColor=none;fillColor=none;align=center;whiteSpace=wrap;fontSize=10;fontColor=#232F3E;" value="ElastiCache Redis&#xa;cache.t3.micro" vertex="1">
          <mxGeometry height="30" width="200" x="434" y="1064" as="geometry" />
        </mxCell>
        <mxCell id="t_redisB" parent="1" style="text;html=1;strokeColor=none;fillColor=none;align=center;whiteSpace=wrap;fontSize=10;fontColor=#232F3E;" value="ElastiCache Redis&#xa;cache.t3.micro" vertex="1">
          <mxGeometry height="30" width="200" x="1174" y="1064" as="geometry" />
        </mxCell>
        <mxCell id="l_taskA_redisA" parent="1" style="text;html=1;strokeColor=none;fillColor=none;align=center;whiteSpace=wrap;fontSize=10;fontColor=#5A6B7B;" value=":6379" vertex="1">
          <mxGeometry height="16" width="70" x="556" y="940" as="geometry" />
        </mxCell>
        <mxCell id="l_taskB_redisB" parent="1" style="text;html=1;strokeColor=none;fillColor=none;align=center;whiteSpace=wrap;fontSize=10;fontColor=#5A6B7B;" value=":6379" vertex="1">
          <mxGeometry height="16" width="70" x="1296" y="940" as="geometry" />
        </mxCell>
- 
-         <!-- ===================== ECS CLUSTER ANCHOR + AUTO SCALING ===================== -->
        <mxCell id="ecscluster" parent="1" style="sketch=0;points=[[0,0,0],[0.25,0,0],[0.5,0,0],[0.75,0,0],[1,0,0],[0,1,0],[0.25,1,0],[0.5,1,0],[0.75,1,0],[1,1,0],[0,0.25,0],[0,0.5,0],[0,0.75,0],[1,0.25,0],[1,0.5,0],[1,0.75,0]];outlineConnect=0;fontColor=#232F3E;gradientColor=#F78E04;gradientDirection=north;fillColor=#D05C17;strokeColor=#ffffff;dashed=0;verticalLabelPosition=bottom;verticalAlign=top;align=center;html=1;fontSize=11;aspect=fixed;shape=mxgraph.aws4.resourceIcon;resIcon=mxgraph.aws4.elastic_container_service;" value="" vertex="1">
          <mxGeometry height="50" width="50" x="700" y="266" as="geometry" />
        </mxCell>
        <mxCell id="cwalarm" parent="1" style="sketch=0;points=[[0,0,0],[0.25,0,0],[0.5,0,0],[0.75,0,0],[1,0,0],[0,1,0],[0.25,1,0],[0.5,1,0],[0.75,1,0],[1,1,0],[0,0.25,0],[0,0.5,0],[0,0.75,0],[1,0.25,0],[1,0.5,0],[1,0.75,0]];outlineConnect=0;fontColor=#232F3E;gradientColor=#F34482;gradientDirection=north;fillColor=#BC1356;strokeColor=#ffffff;dashed=0;verticalLabelPosition=bottom;verticalAlign=top;align=center;html=1;fontSize=11;aspect=fixed;shape=mxgraph.aws4.resourceIcon;resIcon=mxgraph.aws4.cloudwatch_alarm;" value="" vertex="1">
          <mxGeometry height="48" width="48" x="360" y="268" as="geometry" />
        </mxCell>
        <mxCell id="autoscaling" parent="1" style="sketch=0;outlineConnect=0;fontColor=#232F3E;gradientColor=none;html=1;dashed=0;verticalLabelPosition=bottom;verticalAlign=top;align=center;fontSize=11;shape=mxgraph.aws4.auto_scaling2;fillColor=#D05C17;strokeColor=none;" value="" vertex="1">
          <mxGeometry height="48" width="48" x="530" y="268" as="geometry" />
        </mxCell>
-         <mxCell id="e_cw_as" edge="1" parent="1" source="cwalarm" target="autoscaling" style="edgeStyle=orthogonalEdgeStyle;rounded=1;endArrow=block;endFill=1;strokeColor=#9AA5B1;strokeWidth=1.2;html=1;" value="">
-           <mxGeometry relative="1" as="geometry" />
-         </mxCell>
-         <mxCell id="e_as_ecs" edge="1" parent="1" source="autoscaling" target="ecscluster" style="edgeStyle=orthogonalEdgeStyle;rounded=1;endArrow=block;endFill=1;strokeColor=#9AA5B1;strokeWidth=1.2;html=1;" value="">
+         <mxCell id="e_cw_as" edge="1" parent="1" source="cwalarm" style="edgeStyle=orthogonalEdgeStyle;rounded=1;endArrow=block;endFill=1;strokeColor=#9AA5B1;strokeWidth=1.2;html=1;" target="autoscaling" value="">
+           <mxGeometry relative="1" as="geometry" />
+         </mxCell>
+         <mxCell id="e_as_ecs" edge="1" parent="1" source="autoscaling" style="edgeStyle=orthogonalEdgeStyle;rounded=1;endArrow=block;endFill=1;strokeColor=#9AA5B1;strokeWidth=1.2;html=1;" target="ecscluster" value="">
          <mxGeometry relative="1" as="geometry" />
        </mxCell>
        <mxCell id="t_cwalarm" parent="1" style="text;html=1;strokeColor=none;fillColor=none;align=center;whiteSpace=wrap;fontSize=10;fontColor=#232F3E;" value="CloudWatch alarms&#xa;CPU ≥70% / ≤30%" vertex="1">
          <mxGeometry height="30" width="160" x="304" y="320" as="geometry" />
        </mxCell>
-         <mxCell id="t_autoscaling" parent="1" style="text;html=1;strokeColor=none;fillColor=none;align=center;whiteSpace=wrap;fontSize=10;fontColor=#232F3E;" value="App Auto Scaling&#xa;min 1 · max 4" vertex="1">
-           <mxGeometry height="30" width="150" x="479" y="320" as="geometry" />
-         </mxCell>
-         <mxCell id="t_ecscluster" parent="1" style="text;html=1;strokeColor=none;fillColor=none;align=center;whiteSpace=wrap;fontSize=10;fontColor=#232F3E;" value="Amazon ECS&#xa;cluster · service" vertex="1">
-           <mxGeometry height="30" width="160" x="645" y="320" as="geometry" />
-         </mxCell>
        <mxCell id="l_as_ecs" parent="1" style="text;html=1;strokeColor=none;fillColor=none;align=center;whiteSpace=wrap;fontSize=10;fontColor=#9AA5B1;" value="scale 1→4" vertex="1">
          <mxGeometry height="16" width="80" x="600" y="246" as="geometry" />
        </mxCell>
- 
-         <!-- ===================== ECR ===================== -->
        <mxCell id="ecr" parent="1" style="sketch=0;points=[[0,0,0],[0.25,0,0],[0.5,0,0],[0.75,0,0],[1,0,0],[0,1,0],[0.25,1,0],[0.5,1,0],[0.75,1,0],[1,1,0],[0,0.25,0],[0,0.5,0],[0,0.75,0],[1,0.25,0],[1,0.5,0],[1,0.75,0]];outlineConnect=0;fontColor=#232F3E;gradientColor=#F78E04;gradientDirection=north;fillColor=#D05C17;strokeColor=#ffffff;dashed=0;verticalLabelPosition=bottom;verticalAlign=top;align=center;html=1;fontSize=11;aspect=fixed;shape=mxgraph.aws4.resourceIcon;resIcon=mxgraph.aws4.elastic_container_registry;" value="" vertex="1">
          <mxGeometry height="52" width="52" x="1730" y="300" as="geometry" />
        </mxCell>
        <mxCell id="t_ecr" parent="1" style="text;html=1;strokeColor=none;fillColor=none;align=center;whiteSpace=wrap;fontSize=10;fontColor=#232F3E;" value="Amazon ECR&#xa;todo-app image" vertex="1">
          <mxGeometry height="30" width="180" x="1666" y="356" as="geometry" />
        </mxCell>
-         <mxCell id="e_vpe_ecr" edge="1" parent="1" source="vpe" target="ecr" style="edgeStyle=orthogonalEdgeStyle;rounded=1;endArrow=block;endFill=1;dashed=1;strokeColor=#8C4FFF;strokeWidth=1.2;html=1;" value="">
-           <mxGeometry relative="1" as="geometry" />
+         <mxCell id="e_vpe_ecr" edge="1" parent="1" source="vpe" style="edgeStyle=orthogonalEdgeStyle;rounded=1;endArrow=block;endFill=1;dashed=1;strokeColor=#8C4FFF;strokeWidth=1.2;html=1;" target="ecr" value="">
+           <mxGeometry relative="1" as="geometry">
+             <Array as="points">
+               <mxPoint x="1688" y="712" />
+               <mxPoint x="1688" y="326" />
+             </Array>
+           </mxGeometry>
        </mxCell>
        <mxCell id="l_vpe_ecr" parent="1" style="text;html=1;strokeColor=none;fillColor=none;align=center;whiteSpace=wrap;fontSize=10;fontColor=#8C4FFF;" value="image pull (PrivateLink)" vertex="1">
          <mxGeometry height="16" width="200" x="1280" y="640" as="geometry" />
        </mxCell>
- 
-         <!-- ===================== CI/CD STACK ===================== -->
        <mxCell id="s3art" parent="1" style="sketch=0;points=[[0,0,0],[0.25,0,0],[0.5,0,0],[0.75,0,0],[1,0,0],[0,1,0],[0.25,1,0],[0.5,1,0],[0.75,1,0],[1,1,0],[0,0.25,0],[0,0.5,0],[0,0.75,0],[1,0.25,0],[1,0.5,0],[1,0.75,0]];outlineConnect=0;fontColor=#232F3E;gradientColor=#60A337;gradientDirection=north;fillColor=#277116;strokeColor=#ffffff;dashed=0;verticalLabelPosition=bottom;verticalAlign=top;align=center;html=1;fontSize=11;aspect=fixed;shape=mxgraph.aws4.resourceIcon;resIcon=mxgraph.aws4.s3;" value="" vertex="1">
          <mxGeometry height="52" width="52" x="1730" y="540" as="geometry" />
        </mxCell>
        <mxCell id="t_s3art" parent="1" style="text;html=1;strokeColor=none;fillColor=none;align=center;whiteSpace=wrap;fontSize=10;fontColor=#232F3E;" value="S3 artifacts&#xa;deploy-bundle.zip" vertex="1">
          <mxGeometry height="30" width="180" x="1666" y="596" as="geometry" />
        </mxCell>
        <mxCell id="eventbridge" parent="1" style="sketch=0;points=[[0,0,0],[0.25,0,0],[0.5,0,0],[0.75,0,0],[1,0,0],[0,1,0],[0.25,1,0],[0.5,1,0],[0.75,1,0],[1,1,0],[0,0.25,0],[0,0.5,0],[0,0.75,0],[1,0.25,0],[1,0.5,0],[1,0.75,0]];outlineConnect=0;fontColor=#232F3E;gradientColor=#FF4F8B;gradientDirection=north;fillColor=#BC1356;strokeColor=#ffffff;dashed=0;verticalLabelPosition=bottom;verticalAlign=top;align=center;html=1;fontSize=11;aspect=fixed;shape=mxgraph.aws4.resourceIcon;resIcon=mxgraph.aws4.eventbridge;" value="" vertex="1">
          <mxGeometry height="52" width="52" x="1990" y="300" as="geometry" />
        </mxCell>
        <mxCell id="t_eventbridge" parent="1" style="text;html=1;strokeColor=none;fillColor=none;align=center;whiteSpace=wrap;fontSize=10;fontColor=#232F3E;" value="EventBridge&#xa;ECR push rule" vertex="1">
          <mxGeometry height="30" width="170" x="1931" y="356" as="geometry" />
        </mxCell>
        <mxCell id="pipeline" parent="1" style="sketch=0;points=[[0,0,0],[0.25,0,0],[0.5,0,0],[0.75,0,0],[1,0,0],[0,1,0],[0.25,1,0],[0.5,1,0],[0.75,1,0],[1,1,0],[0,0.25,0],[0,0.5,0],[0,0.75,0],[1,0.25,0],[1,0.5,0],[1,0.75,0]];outlineConnect=0;fontColor=#232F3E;gradientColor=#4D72F3;gradientDirection=north;fillColor=#3334B9;strokeColor=#ffffff;dashed=0;verticalLabelPosition=bottom;verticalAlign=top;align=center;html=1;fontSize=11;aspect=fixed;shape=mxgraph.aws4.resourceIcon;resIcon=mxgraph.aws4.codepipeline;" value="" vertex="1">
          <mxGeometry height="52" width="52" x="1990" y="540" as="geometry" />
        </mxCell>
        <mxCell id="t_pipeline" parent="1" style="text;html=1;strokeColor=none;fillColor=none;align=center;whiteSpace=wrap;fontSize=10;fontColor=#232F3E;" value="CodePipeline&#xa;ECR + S3 sources" vertex="1">
          <mxGeometry height="30" width="170" x="1931" y="596" as="geometry" />
        </mxCell>
        <mxCell id="codedeploy" parent="1" style="sketch=0;points=[[0,0,0],[0.25,0,0],[0.5,0,0],[0.75,0,0],[1,0,0],[0,1,0],[0.25,1,0],[0.5,1,0],[0.75,1,0],[1,1,0],[0,0.25,0],[0,0.5,0],[0,0.75,0],[1,0.25,0],[1,0.5,0],[1,0.75,0]];outlineConnect=0;fontColor=#232F3E;gradientColor=#4D72F3;gradientDirection=north;fillColor=#3334B9;strokeColor=#ffffff;dashed=0;verticalLabelPosition=bottom;verticalAlign=top;align=center;html=1;fontSize=11;aspect=fixed;shape=mxgraph.aws4.resourceIcon;resIcon=mxgraph.aws4.codedeploy;" value="" vertex="1">
          <mxGeometry height="52" width="52" x="1990" y="780" as="geometry" />
        </mxCell>
        <mxCell id="t_codedeploy" parent="1" style="text;html=1;strokeColor=none;fillColor=none;align=center;whiteSpace=wrap;fontSize=10;fontColor=#232F3E;" value="CodeDeploy&#xa;blue/green (ECS)" vertex="1">
          <mxGeometry height="30" width="170" x="1931" y="836" as="geometry" />
        </mxCell>
        <mxCell id="iamrole" parent="1" style="sketch=0;outlineConnect=0;fontColor=#232F3E;gradientColor=none;html=1;dashed=0;verticalLabelPosition=bottom;verticalAlign=top;align=center;fontSize=11;shape=mxgraph.aws4.role;fillColor=#C7131F;strokeColor=none;" value="" vertex="1">
          <mxGeometry height="44" width="72" x="2160" y="304" as="geometry" />
        </mxCell>
-         <mxCell id="t_iam" parent="1" style="text;html=1;strokeColor=none;fillColor=none;align=center;whiteSpace=wrap;fontSize=10;fontColor=#232F3E;" value="IAM · GitHub OIDC&#xa;roles (task, exec, CI/CD)" vertex="1">
-           <mxGeometry height="30" width="190" x="2102" y="352" as="geometry" />
-         </mxCell>
        <mxCell id="github" parent="1" style="rounded=1;whiteSpace=wrap;html=1;fillColor=#F5F5F5;strokeColor=#6B7280;fontColor=#232F3E;" value="" vertex="1">
          <mxGeometry height="46" width="140" x="2310" y="540" as="geometry" />
        </mxCell>
        <mxCell id="t_github" parent="1" style="text;html=1;strokeColor=none;fillColor=none;align=center;whiteSpace=wrap;fontSize=11;fontColor=#232F3E;" value="GitHub Actions&#xa;(app repo CI)" vertex="1">
          <mxGeometry height="30" width="140" x="2310" y="551" as="geometry" />
        </mxCell>
- 
-         <!-- CI/CD edges -->
-         <mxCell id="e_gh_iam" edge="1" parent="1" source="github" target="iamrole" style="edgeStyle=orthogonalEdgeStyle;rounded=1;endArrow=block;endFill=1;dashed=1;strokeColor=#DD344C;strokeWidth=1.2;html=1;" value="">
-           <mxGeometry relative="1" as="geometry" />
-         </mxCell>
-         <mxCell id="e_gh_ecr" edge="1" parent="1" source="github" target="ecr" style="edgeStyle=orthogonalEdgeStyle;rounded=1;endArrow=block;endFill=1;strokeColor=#5A6B7B;strokeWidth=1.5;html=1;" value="">
-           <mxGeometry relative="1" as="geometry" />
-         </mxCell>
-         <mxCell id="e_gh_s3" edge="1" parent="1" source="github" target="s3art" style="edgeStyle=orthogonalEdgeStyle;rounded=1;endArrow=block;endFill=1;strokeColor=#9AA5B1;strokeWidth=1.2;html=1;" value="">
-           <mxGeometry relative="1" as="geometry" />
-         </mxCell>
-         <mxCell id="e_ecr_eb" edge="1" parent="1" source="ecr" target="eventbridge" style="edgeStyle=orthogonalEdgeStyle;rounded=1;endArrow=block;endFill=1;strokeColor=#9AA5B1;strokeWidth=1.2;html=1;" value="">
-           <mxGeometry relative="1" as="geometry" />
-         </mxCell>
-         <mxCell id="e_eb_pipeline" edge="1" parent="1" source="eventbridge" target="pipeline" style="edgeStyle=orthogonalEdgeStyle;rounded=1;endArrow=block;endFill=1;strokeColor=#5A6B7B;strokeWidth=1.5;html=1;" value="">
-           <mxGeometry relative="1" as="geometry" />
-         </mxCell>
-         <mxCell id="e_s3_pipeline" edge="1" parent="1" source="s3art" target="pipeline" style="edgeStyle=orthogonalEdgeStyle;rounded=1;endArrow=block;endFill=1;strokeColor=#9AA5B1;strokeWidth=1.2;html=1;" value="">
-           <mxGeometry relative="1" as="geometry" />
-         </mxCell>
-         <mxCell id="e_pipeline_cd" edge="1" parent="1" source="pipeline" target="codedeploy" style="edgeStyle=orthogonalEdgeStyle;rounded=1;endArrow=block;endFill=1;strokeColor=#5A6B7B;strokeWidth=1.5;html=1;" value="">
-           <mxGeometry relative="1" as="geometry" />
-         </mxCell>
-         <mxCell id="e_cd_ecs" edge="1" parent="1" source="codedeploy" target="ecscluster" style="edgeStyle=orthogonalEdgeStyle;rounded=1;endArrow=block;endFill=1;strokeColor=#5A6B7B;strokeWidth=1.5;html=1;" value="">
-           <mxGeometry relative="1" as="geometry" />
-         </mxCell>
- 
-         <!-- CI/CD edge labels -->
+         <mxCell id="e_gh_iam" edge="1" parent="1" source="github" style="edgeStyle=orthogonalEdgeStyle;rounded=1;endArrow=block;endFill=1;dashed=1;strokeColor=#DD344C;strokeWidth=1.2;html=1;" target="iamrole" value="">
+           <mxGeometry relative="1" as="geometry" />
+         </mxCell>
+         <mxCell id="e_gh_ecr" edge="1" parent="1" source="github" style="edgeStyle=orthogonalEdgeStyle;rounded=1;endArrow=block;endFill=1;strokeColor=#5A6B7B;strokeWidth=1.5;html=1;" target="ecr" value="">
+           <mxGeometry relative="1" as="geometry" />
+         </mxCell>
+         <mxCell id="e_gh_s3" edge="1" parent="1" source="github" style="edgeStyle=orthogonalEdgeStyle;rounded=1;endArrow=block;endFill=1;strokeColor=#9AA5B1;strokeWidth=1.2;html=1;" target="s3art" value="">
+           <mxGeometry relative="1" as="geometry" />
+         </mxCell>
+         <mxCell id="e_ecr_eb" edge="1" parent="1" source="ecr" style="edgeStyle=orthogonalEdgeStyle;rounded=1;endArrow=block;endFill=1;strokeColor=#9AA5B1;strokeWidth=1.2;html=1;" target="eventbridge" value="">
+           <mxGeometry relative="1" as="geometry" />
+         </mxCell>
+         <mxCell id="e_eb_pipeline" edge="1" parent="1" source="eventbridge" style="edgeStyle=orthogonalEdgeStyle;rounded=1;endArrow=block;endFill=1;strokeColor=#5A6B7B;strokeWidth=1.5;html=1;" target="pipeline" value="">
+           <mxGeometry relative="1" as="geometry" />
+         </mxCell>
+         <mxCell id="e_s3_pipeline" edge="1" parent="1" source="s3art" style="edgeStyle=orthogonalEdgeStyle;rounded=1;endArrow=block;endFill=1;strokeColor=#9AA5B1;strokeWidth=1.2;html=1;" target="pipeline" value="">
+           <mxGeometry relative="1" as="geometry" />
+         </mxCell>
+         <mxCell id="e_pipeline_cd" edge="1" parent="1" source="pipeline" style="edgeStyle=orthogonalEdgeStyle;rounded=1;endArrow=block;endFill=1;strokeColor=#5A6B7B;strokeWidth=1.5;html=1;" target="codedeploy" value="">
+           <mxGeometry relative="1" as="geometry" />
+         </mxCell>
+         <mxCell id="e_cd_ecs" edge="1" parent="1" source="codedeploy" style="edgeStyle=orthogonalEdgeStyle;rounded=1;endArrow=block;endFill=1;strokeColor=#5A6B7B;strokeWidth=1.5;html=1;" target="ecscluster" value="">
+           <mxGeometry relative="1" as="geometry" />
+         </mxCell>
        <mxCell id="l_gh_iam" parent="1" style="text;html=1;strokeColor=none;fillColor=none;align=center;whiteSpace=wrap;fontSize=10;fontColor=#DD344C;" value="OIDC assume role" vertex="1">
          <mxGeometry height="16" width="130" x="2230" y="450" as="geometry" />
-         </mxCell>
-         <mxCell id="l_gh_ecr" parent="1" style="text;html=1;strokeColor=none;fillColor=none;align=center;whiteSpace=wrap;fontSize=10;fontColor=#5A6B7B;" value="push image" vertex="1">
-           <mxGeometry height="16" width="100" x="2120" y="300" as="geometry" />
        </mxCell>
        <mxCell id="l_gh_s3" parent="1" style="text;html=1;strokeColor=none;fillColor=none;align=center;whiteSpace=wrap;fontSize=10;fontColor=#9AA5B1;" value="upload bundle" vertex="1">
          <mxGeometry height="16" width="110" x="2130" y="540" as="geometry" />
        </mxCell>
        <mxCell id="l_ecr_eb" parent="1" style="text;html=1;strokeColor=none;fillColor=none;align=center;whiteSpace=wrap;fontSize=10;fontColor=#9AA5B1;" value="push event" vertex="1">
          <mxGeometry height="16" width="100" x="1848" y="280" as="geometry" />
        </mxCell>
        <mxCell id="l_eb_pipeline" parent="1" style="text;html=1;strokeColor=none;fillColor=none;align=center;whiteSpace=wrap;fontSize=10;fontColor=#5A6B7B;" value="trigger" vertex="1">
          <mxGeometry height="16" width="80" x="2026" y="440" as="geometry" />
        </mxCell>
        <mxCell id="l_s3_pipeline" parent="1" style="text;html=1;strokeColor=none;fillColor=none;align=center;whiteSpace=wrap;fontSize=10;fontColor=#9AA5B1;" value="bundle source" vertex="1">
          <mxGeometry height="16" width="110" x="1838" y="552" as="geometry" />
        </mxCell>
        <mxCell id="l_pipeline_cd" parent="1" style="text;html=1;strokeColor=none;fillColor=none;align=center;whiteSpace=wrap;fontSize=10;fontColor=#5A6B7B;" value="deploy" vertex="1">
          <mxGeometry height="16" width="80" x="2026" y="680" as="geometry" />
        </mxCell>
        <mxCell id="l_cd_ecs" parent="1" style="text;html=1;strokeColor=none;fillColor=none;align=center;whiteSpace=wrap;fontSize=10;fontColor=#5A6B7B;" value="blue/green traffic shift" vertex="1">
          <mxGeometry height="16" width="170" x="1180" y="230" as="geometry" />
        </mxCell>
      </root>
    </mxGraphModel>
  </diagram>
</mxfile>
